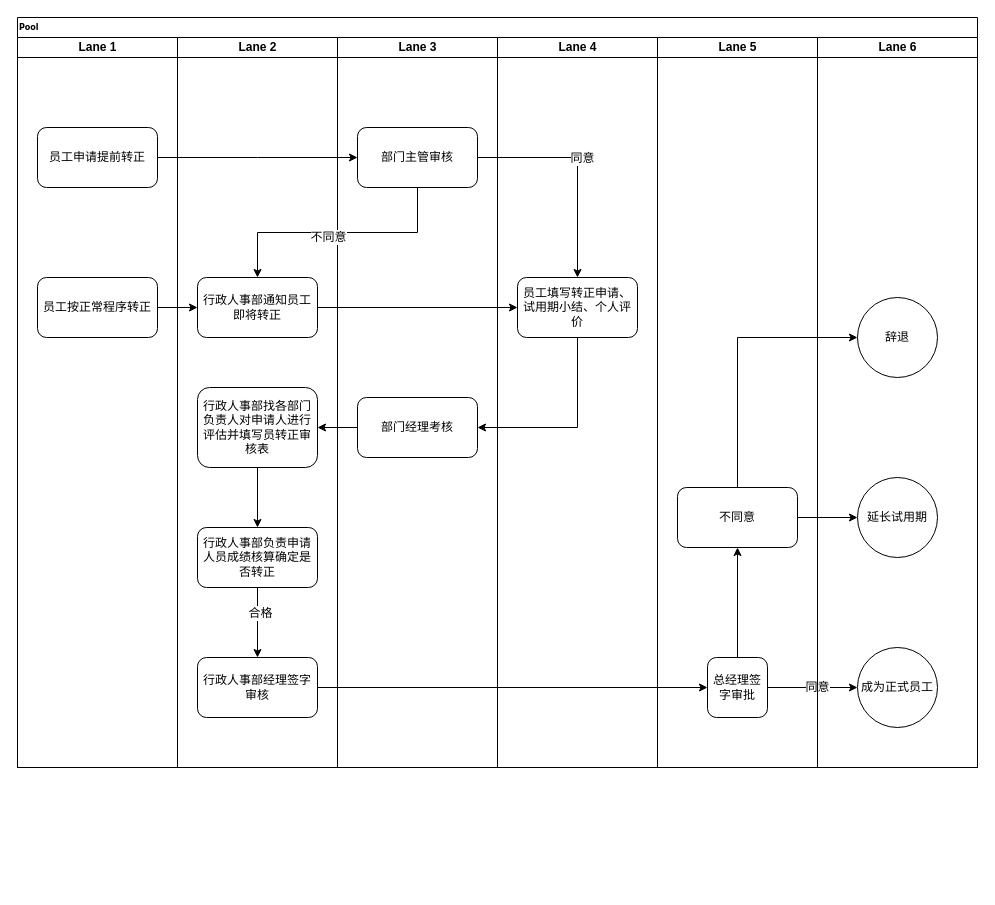
This is 未命名表单.drawio from Cyrusvic/358pub, a draw.io file, before an edit. Source tidied: cells renumbered, new cells numbered last; positions are measured from the earlier drawing's top-left corner, leaving out a move shared by most shapes. Both pictures are drawn from the tidied source at 100%, with x=0, y=0 at pixel (17, 17).
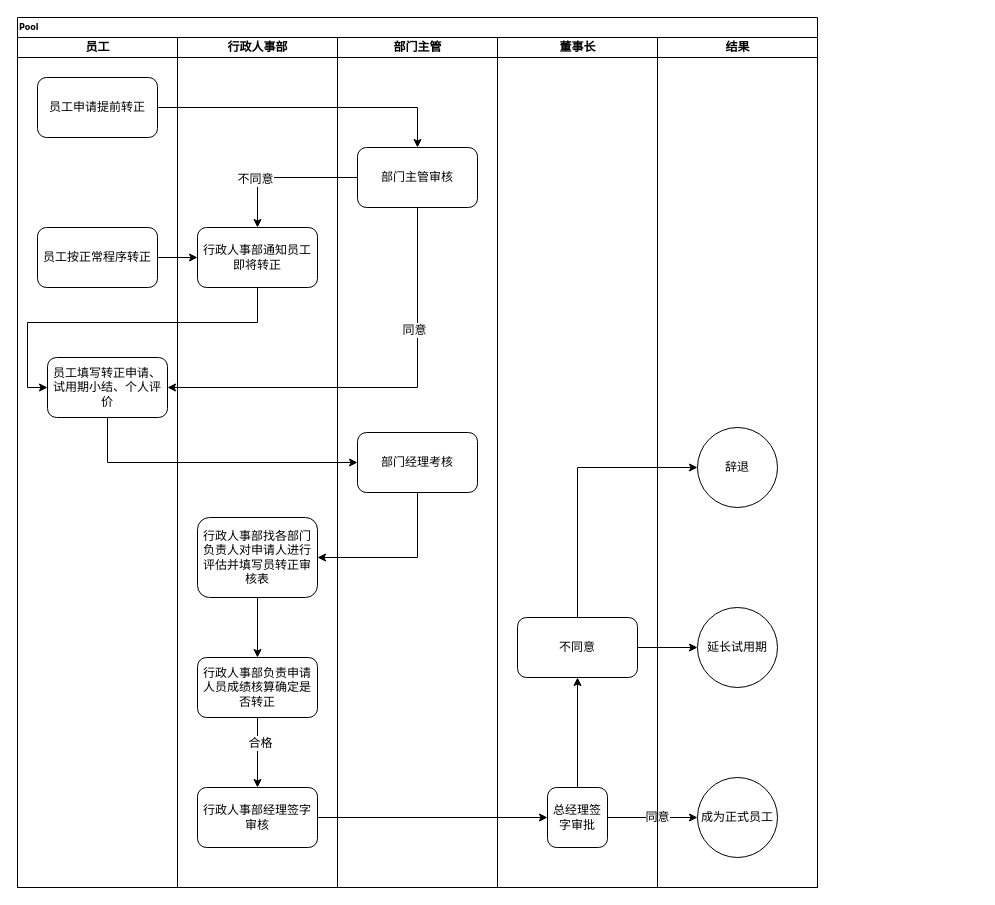
After the change.

Diff of the diagram source:
```diff
@@
     <mxCell id="2" value="Pool" style="swimlane;html=1;startSize=20;rounded=0;shadow=0;labelBackgroundColor=none;strokeWidth=1;fontFamily=Verdana;fontSize=8;align=left;" parent="1" vertex="1">
-      <mxGeometry width="960" height="750" as="geometry" />
+      <mxGeometry width="800" height="870" as="geometry" />
     </mxCell>
-    <mxCell id="3" value="Lane 1" style="swimlane;html=1;startSize=20;" parent="2" vertex="1">
-      <mxGeometry y="20" width="160" height="730" as="geometry" />
+    <mxCell id="3" value="员工" style="swimlane;html=1;startSize=20;" parent="2" vertex="1">
+      <mxGeometry y="20" width="160" height="850" as="geometry" />
     </mxCell>
     <mxCell id="4" value="员工申请提前转正" style="rounded=1;whiteSpace=wrap;html=1;" parent="3" vertex="1">
-      <mxGeometry x="20" y="90" width="120" height="60" as="geometry" />
+      <mxGeometry x="20" y="40" width="120" height="60" as="geometry" />
     </mxCell>
     <mxCell id="5" value="员工按正常程序转正" style="rounded=1;whiteSpace=wrap;html=1;" parent="3" vertex="1">
-      <mxGeometry x="20" y="240" width="120" height="60" as="geometry" />
+      <mxGeometry x="20" y="190" width="120" height="60" as="geometry" />
     </mxCell>
+    <mxCell id="18" value="员工填写转正申请、试用期小结、个人评价" style="rounded=1;whiteSpace=wrap;html=1;" parent="3" vertex="1">
+      <mxGeometry x="30" y="320" width="120" height="60" as="geometry" />
+    </mxCell>
+    <mxCell id="31" style="edgeStyle=orthogonalEdgeStyle;rounded=0;jettySize=auto;html=1;exitX=0.5;exitY=1;exitDx=0;exitDy=0;entryX=1;entryY=0.5;entryDx=0;entryDy=0;" parent="2" edge="1" source="15" target="9">
+      <mxGeometry relative="1" as="geometry" />
+    </mxCell>
+    <mxCell id="32" style="edgeStyle=orthogonalEdgeStyle;rounded=0;jettySize=auto;html=1;exitX=1;exitY=0.5;exitDx=0;exitDy=0;entryX=0;entryY=0.5;entryDx=0;entryDy=0;" parent="2" edge="1" source="10" target="21">
+      <mxGeometry relative="1" as="geometry" />
+    </mxCell>
+    <mxCell id="33" style="edgeStyle=orthogonalEdgeStyle;rounded=0;jettySize=auto;html=1;exitX=1;exitY=0.5;exitDx=0;exitDy=0;entryX=0;entryY=0.5;entryDx=0;entryDy=0;" parent="2" edge="1" source="21" target="40">
+      <mxGeometry relative="1" as="geometry" />
+    </mxCell>
+    <mxCell id="34" value="同意" style="text;html=1;align=center;verticalAlign=middle;labelBackgroundColor=#ffffff;" parent="33" vertex="1">
+      <mxGeometry x="-0.15" relative="1" as="geometry">
+        <mxPoint x="11.3" y="-0.2" as="offset" />
+      </mxGeometry>
+    </mxCell>
+    <mxCell id="35" style="edgeStyle=orthogonalEdgeStyle;rounded=0;jettySize=auto;html=1;entryX=0;entryY=0.5;entryDx=0;entryDy=0;exitX=1;exitY=0.5;exitDx=0;exitDy=0;" parent="2" edge="1" source="22" target="39">
+      <mxGeometry relative="1" as="geometry" />
+    </mxCell>
-    <mxCell id="6" value="Lane 2" style="swimlane;html=1;startSize=20;" parent="2" vertex="1">
-      <mxGeometry x="160" y="20" width="160" height="730" as="geometry" />
+    <mxCell id="6" value="行政人事部" style="swimlane;html=1;startSize=20;" parent="2" vertex="1">
+      <mxGeometry x="160" y="20" width="160" height="850" as="geometry" />
     </mxCell>
     <mxCell id="7" value="行政人事部通知员工即将转正" style="rounded=1;whiteSpace=wrap;html=1;" parent="6" vertex="1">
-      <mxGeometry x="20" y="240" width="120" height="60" as="geometry" />
+      <mxGeometry x="20" y="190" width="120" height="60" as="geometry" />
     </mxCell>
@@
     <mxCell id="9" value="行政人事部找各部门负责人对申请人进行评估并填写员转正审核表" style="rounded=1;whiteSpace=wrap;html=1;align=center;" parent="6" vertex="1">
-      <mxGeometry x="20" y="350" width="120" height="80" as="geometry" />
+      <mxGeometry x="20" y="480" width="120" height="80" as="geometry" />
     </mxCell>
     <mxCell id="10" value="行政人事部经理签字审核" style="rounded=1;whiteSpace=wrap;html=1;align=center;" parent="6" vertex="1">
-      <mxGeometry x="20" y="620" width="120" height="60" as="geometry" />
+      <mxGeometry x="20" y="750" width="120" height="60" as="geometry" />
     </mxCell>
@@
     <mxCell id="13" value="&lt;span style=&quot;white-space: normal;&quot;&gt;行政人事部负责申请人员成绩核算确定是否转正&lt;/span&gt;" style="rounded=1;whiteSpace=wrap;html=1;align=center;" parent="6" vertex="1">
-      <mxGeometry x="20" y="490" width="120" height="60" as="geometry" />
+      <mxGeometry x="20" y="620" width="120" height="60" as="geometry" />
     </mxCell>
-    <mxCell id="14" value="Lane 3" style="swimlane;html=1;startSize=20;" parent="2" vertex="1">
-      <mxGeometry x="320" y="20" width="160" height="730" as="geometry" />
+    <mxCell id="14" value="部门主管" style="swimlane;html=1;startSize=20;" parent="2" vertex="1">
+      <mxGeometry x="320" y="20" width="160" height="850" as="geometry" />
     </mxCell>
     <mxCell id="15" value="部门经理考核" style="rounded=1;whiteSpace=wrap;html=1;" parent="14" vertex="1">
-      <mxGeometry x="20" y="360" width="120" height="60" as="geometry" />
+      <mxGeometry x="20" y="395" width="120" height="60" as="geometry" />
     </mxCell>
     <mxCell id="16" value="&lt;span style=&quot;white-space: normal;&quot;&gt;部门主管审核&lt;/span&gt;" style="rounded=1;whiteSpace=wrap;html=1;align=center;" parent="14" vertex="1">
-      <mxGeometry x="20" y="90" width="120" height="60" as="geometry" />
+      <mxGeometry x="20" y="110" width="120" height="60" as="geometry" />
     </mxCell>
-    <mxCell id="17" value="Lane 4" style="swimlane;html=1;startSize=20;" parent="2" vertex="1">
-      <mxGeometry x="480" y="20" width="160" height="730" as="geometry" />
-    </mxCell>
-    <mxCell id="18" value="员工填写转正申请、试用期小结、个人评价" style="rounded=1;whiteSpace=wrap;html=1;" parent="17" vertex="1">
-      <mxGeometry x="20" y="240" width="120" height="60" as="geometry" />
-    </mxCell>
-    <mxCell id="19" value="Lane 5" style="swimlane;html=1;startSize=20;" parent="2" vertex="1">
-      <mxGeometry x="640" y="20" width="160" height="730" as="geometry" />
+    <mxCell id="19" value="董事长" style="swimlane;html=1;startSize=20;" parent="2" vertex="1">
+      <mxGeometry x="480" y="20" width="160" height="850" as="geometry" />
     </mxCell>
@@
     <mxCell id="21" value="总经理签字审批" style="rounded=1;whiteSpace=wrap;html=1;align=center;" parent="19" vertex="1">
-      <mxGeometry x="50" y="620" width="60" height="60" as="geometry" />
+      <mxGeometry x="50" y="750" width="60" height="60" as="geometry" />
     </mxCell>
     <mxCell id="22" value="不同意" style="rounded=1;whiteSpace=wrap;html=1;align=center;" parent="19" vertex="1">
-      <mxGeometry x="20" y="450" width="120" height="60" as="geometry" />
+      <mxGeometry x="20" y="580" width="120" height="60" as="geometry" />
     </mxCell>
-    <mxCell id="23" style="edgeStyle=orthogonalEdgeStyle;rounded=0;jettySize=auto;html=1;" parent="2" edge="1" source="4">
-      <mxGeometry relative="1" as="geometry">
-        <mxPoint x="340" y="140" as="targetPoint" />
-      </mxGeometry>
-    </mxCell>
-    <mxCell id="24" style="edgeStyle=orthogonalEdgeStyle;rounded=0;jettySize=auto;html=1;exitX=0.5;exitY=1;exitDx=0;exitDy=0;" parent="2" edge="1" source="16" target="7">
+    <mxCell id="24" style="edgeStyle=orthogonalEdgeStyle;rounded=0;jettySize=auto;html=1;exitX=0;exitY=0.5;exitDx=0;exitDy=0;" parent="2" edge="1" source="16" target="7">
       <mxGeometry relative="1" as="geometry" />
     </mxCell>
@@
-    <mxCell id="27" style="edgeStyle=orthogonalEdgeStyle;rounded=0;jettySize=auto;html=1;entryX=0;entryY=0.5;entryDx=0;entryDy=0;" parent="2" edge="1" source="7" target="18">
+    <mxCell id="27" style="edgeStyle=orthogonalEdgeStyle;rounded=0;jettySize=auto;html=1;entryX=0;entryY=0.5;entryDx=0;entryDy=0;exitX=0.5;exitY=1;exitDx=0;exitDy=0;" parent="2" edge="1" source="7" target="18">
       <mxGeometry relative="1" as="geometry" />
     </mxCell>
-    <mxCell id="28" style="edgeStyle=orthogonalEdgeStyle;rounded=0;jettySize=auto;html=1;entryX=0.5;entryY=0;entryDx=0;entryDy=0;exitX=1;exitY=0.5;exitDx=0;exitDy=0;" parent="2" edge="1" source="16" target="18">
+    <mxCell id="28" style="edgeStyle=orthogonalEdgeStyle;rounded=0;jettySize=auto;html=1;entryX=1;entryY=0.5;entryDx=0;entryDy=0;exitX=0.5;exitY=1;exitDx=0;exitDy=0;" parent="2" edge="1" source="16" target="18">
       <mxGeometry relative="1" as="geometry" />
     </mxCell>
     <mxCell id="29" value="同意" style="text;html=1;align=center;verticalAlign=middle;labelBackgroundColor=#ffffff;" parent="28" vertex="1">
       <mxGeometry x="-0.34" y="-1" relative="1" as="geometry">
-        <mxPoint x="31" y="-1" as="offset" />
+        <mxPoint x="-3" y="-20" as="offset" />
       </mxGeometry>
     </mxCell>
-    <mxCell id="30" style="edgeStyle=orthogonalEdgeStyle;rounded=0;jettySize=auto;html=1;entryX=1;entryY=0.5;entryDx=0;entryDy=0;exitX=0.5;exitY=1;exitDx=0;exitDy=0;" parent="2" edge="1" source="18" target="15">
+    <mxCell id="30" style="edgeStyle=orthogonalEdgeStyle;rounded=0;jettySize=auto;html=1;entryX=0;entryY=0.5;entryDx=0;entryDy=0;exitX=0.5;exitY=1;exitDx=0;exitDy=0;" parent="2" edge="1" source="18" target="15">
       <mxGeometry relative="1" as="geometry" />
     </mxCell>
-    <mxCell id="31" style="edgeStyle=orthogonalEdgeStyle;rounded=0;jettySize=auto;html=1;exitX=0;exitY=0.5;exitDx=0;exitDy=0;entryX=1;entryY=0.5;entryDx=0;entryDy=0;" parent="2" edge="1" source="15" target="9">
-      <mxGeometry relative="1" as="geometry" />
-    </mxCell>
-    <mxCell id="32" style="edgeStyle=orthogonalEdgeStyle;rounded=0;jettySize=auto;html=1;exitX=1;exitY=0.5;exitDx=0;exitDy=0;entryX=0;entryY=0.5;entryDx=0;entryDy=0;" parent="2" edge="1" source="10" target="21">
-      <mxGeometry relative="1" as="geometry" />
-    </mxCell>
-    <mxCell id="33" style="edgeStyle=orthogonalEdgeStyle;rounded=0;jettySize=auto;html=1;exitX=1;exitY=0.5;exitDx=0;exitDy=0;entryX=0;entryY=0.5;entryDx=0;entryDy=0;" parent="2" edge="1" source="21" target="40">
-      <mxGeometry relative="1" as="geometry" />
-    </mxCell>
-    <mxCell id="34" value="同意" style="text;html=1;align=center;verticalAlign=middle;labelBackgroundColor=#ffffff;" parent="33" vertex="1">
-      <mxGeometry x="-0.15" relative="1" as="geometry">
-        <mxPoint x="11.3" y="-0.2" as="offset" />
-      </mxGeometry>
-    </mxCell>
-    <mxCell id="35" style="edgeStyle=orthogonalEdgeStyle;rounded=0;jettySize=auto;html=1;entryX=0;entryY=0.5;entryDx=0;entryDy=0;exitX=1;exitY=0.5;exitDx=0;exitDy=0;" parent="2" edge="1" source="22" target="39">
-      <mxGeometry relative="1" as="geometry" />
-    </mxCell>
@@
-    <mxCell id="37" value="Lane 6" style="swimlane;html=1;startSize=20;" parent="2" vertex="1">
-      <mxGeometry x="800" y="20" width="160" height="730" as="geometry" />
+    <mxCell id="37" value="结果" style="swimlane;html=1;startSize=20;" parent="2" vertex="1">
+      <mxGeometry x="640" y="20" width="160" height="850" as="geometry" />
     </mxCell>
     <mxCell id="38" value="辞退" style="ellipse;whiteSpace=wrap;html=1;align=center;" parent="37" vertex="1">
-      <mxGeometry x="40" y="260" width="80" height="80" as="geometry" />
+      <mxGeometry x="40" y="390" width="80" height="80" as="geometry" />
     </mxCell>
     <mxCell id="39" value="延长试用期" style="ellipse;whiteSpace=wrap;html=1;align=center;" parent="37" vertex="1">
-      <mxGeometry x="40" y="440" width="80" height="80" as="geometry" />
+      <mxGeometry x="40" y="570" width="80" height="80" as="geometry" />
     </mxCell>
     <mxCell id="40" value="成为正式员工" style="ellipse;whiteSpace=wrap;html=1;align=center;" parent="37" vertex="1">
-      <mxGeometry x="40" y="610" width="80" height="80" as="geometry" />
+      <mxGeometry x="40" y="740" width="80" height="80" as="geometry" />
     </mxCell>
+    <mxCell id="41" style="edgeStyle=orthogonalEdgeStyle;rounded=0;jettySize=auto;html=1;exitX=1;exitY=0.5;exitDx=0;exitDy=0;entryX=0.5;entryY=0;entryDx=0;entryDy=0;" parent="2" edge="1" source="4" target="16">
+      <mxGeometry relative="1" as="geometry" />
+    </mxCell>
```
